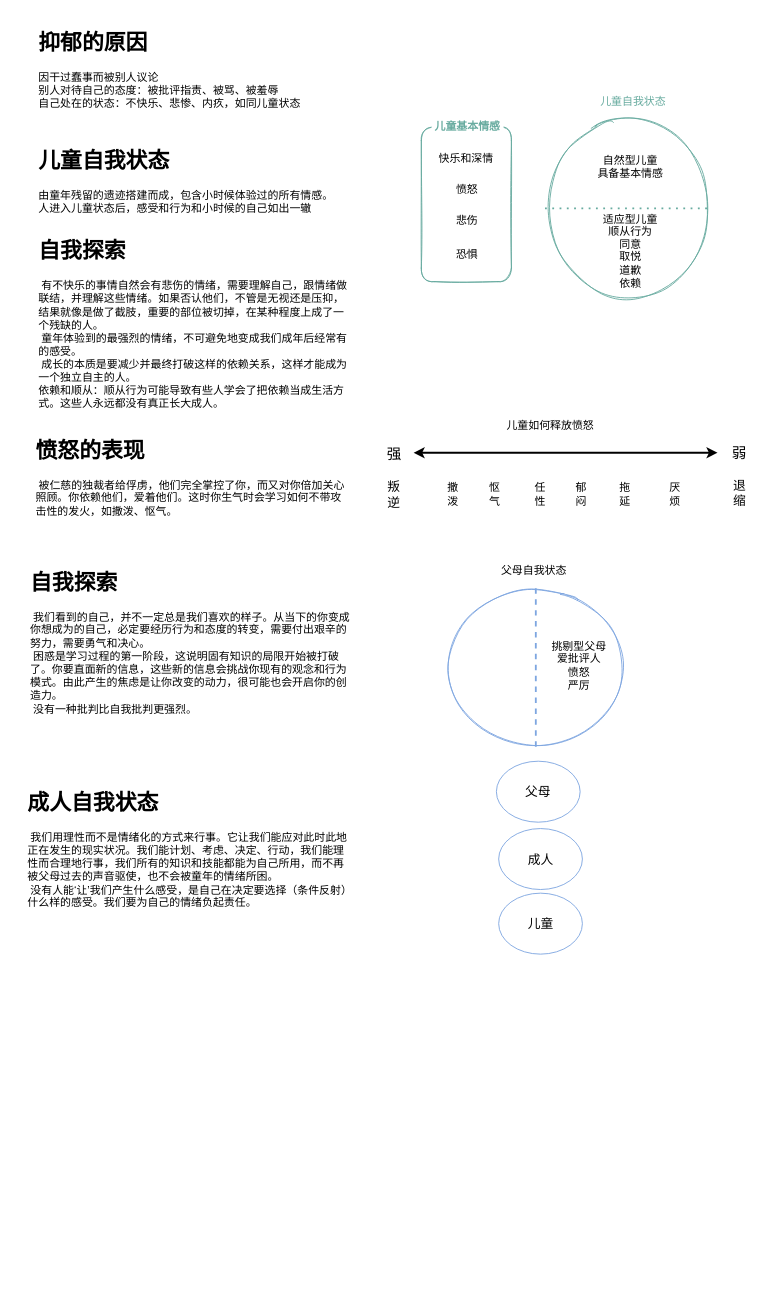
The draw.io diagram hamaxianshengqukanxinliyisheng/hamaxiansheng.drawio in kirito1015/books.read, before the edit. Source tidied: cells renumbered, new cells numbered last; positions are measured from the earlier drawing's top-left corner, leaving out a move shared by most shapes. Both pictures are drawn from the tidied source at 91%, with x=0, y=0 at pixel (23, 25).
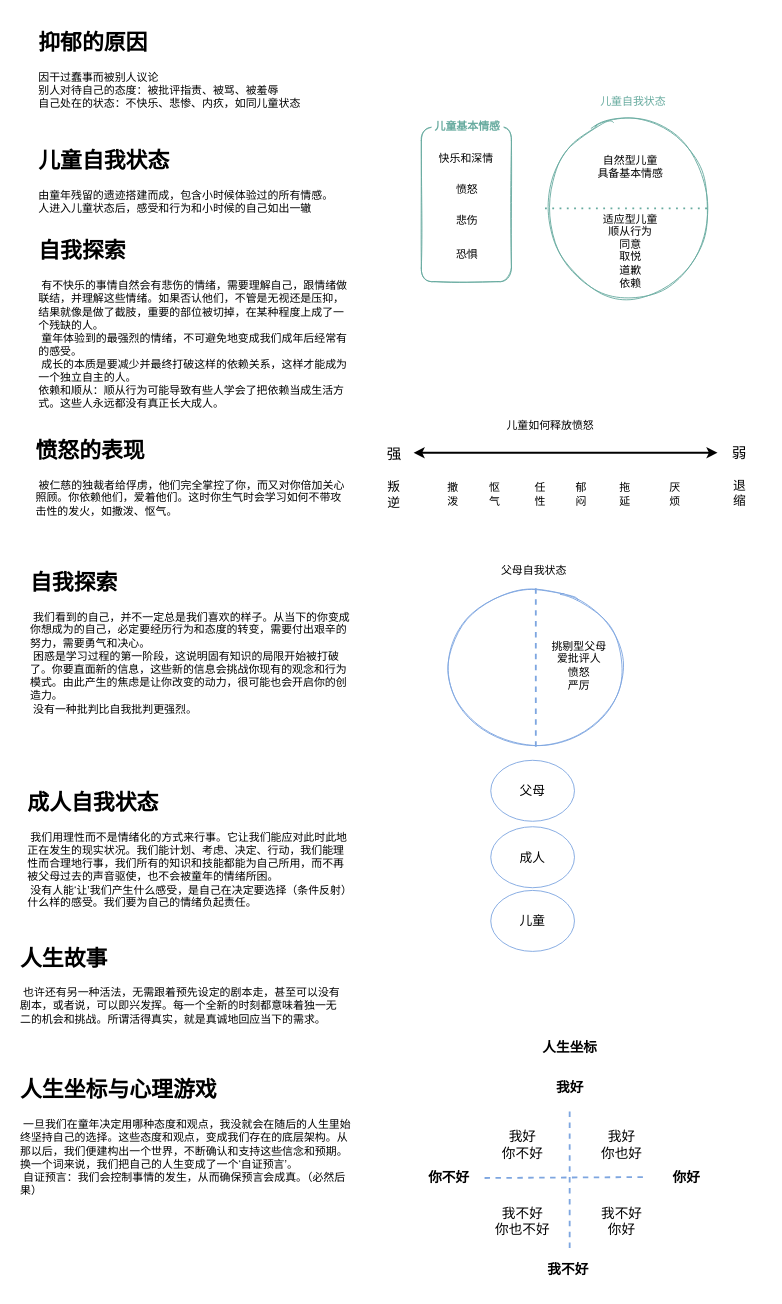
Above is the later version.

Diff of the diagram source:
```diff
@@
     <mxCell id="36" value="父母" style="ellipse;whiteSpace=wrap;html=1;fontSize=14;strokeColor=#7EA6E0;" parent="1" vertex="1">
-      <mxGeometry x="520" y="809" width="92" height="67" as="geometry" />
+      <mxGeometry x="513.8" y="808" width="92" height="67" as="geometry" />
     </mxCell>
     <mxCell id="37" value="成人" style="ellipse;whiteSpace=wrap;html=1;fontSize=14;strokeColor=#7EA6E0;" parent="1" vertex="1">
-      <mxGeometry x="522.5" y="883" width="92" height="67" as="geometry" />
+      <mxGeometry x="513.8" y="881" width="92" height="67" as="geometry" />
     </mxCell>
     <mxCell id="38" value="儿童" style="ellipse;whiteSpace=wrap;html=1;fontSize=14;strokeColor=#7EA6E0;" parent="1" vertex="1">
-      <mxGeometry x="522.5" y="954" width="92" height="67" as="geometry" />
+      <mxGeometry x="513.8" y="951" width="92" height="67" as="geometry" />
     </mxCell>
+    <mxCell id="39" value="&lt;h1&gt;人生故事&lt;/h1&gt;&lt;div&gt;&lt;span style=&quot;white-space: pre&quot;&gt; &lt;/span&gt;也许还有另一种活法，无需跟着预先设定的剧本走，甚至可以没有剧本，或者说，可以即兴发挥&lt;span&gt;。每一个全新的时刻都意味着独一无二的机会和挑战。所谓活得真实，就是真诚地回应当下的需求。&lt;/span&gt;&lt;/div&gt;" style="text;html=1;strokeColor=none;fillColor=none;spacing=5;spacingTop=-20;whiteSpace=wrap;overflow=hidden;rounded=0;" parent="1" vertex="1">
+      <mxGeometry x="-8" y="1006" width="363" height="127" as="geometry" />
+    </mxCell>
+    <mxCell id="40" value="&lt;h1&gt;人生坐标与心理游戏&lt;/h1&gt;&lt;div&gt;&lt;span style=&quot;white-space: pre&quot;&gt; &lt;/span&gt;一旦我们在童年决定用哪种态度和观点，我没就会在随后的人生里始终坚持自己的选择。这些态度和观点，变成我们存在的底层架构。从那以后，我们便建构出一个世界，不断确认和支持这些信念和预期。换一个词来说，我们把自己的人生变成了一个‘自证预言’。&lt;br&gt;&lt;/div&gt;&lt;div&gt;&lt;span style=&quot;white-space: pre&quot;&gt; &lt;/span&gt;自证预言：我们会控制事情的发生，从而确保预言会成真。（必然后果）&lt;br&gt;&lt;/div&gt;" style="text;html=1;strokeColor=none;fillColor=none;spacing=5;spacingTop=-20;whiteSpace=wrap;overflow=hidden;rounded=0;" parent="1" vertex="1">
+      <mxGeometry x="-8" y="1151" width="377" height="210" as="geometry" />
+    </mxCell>
+    <mxCell id="41" style="endArrow=none;html=1;rounded=0;dashed=1;fontSize=14;strokeColor=#7EA6E0;strokeWidth=2;entryX=0;entryY=0.5;entryDx=0;entryDy=0;" parent="1" edge="1" target="45">
+      <mxGeometry relative="1" as="geometry">
+        <mxPoint x="507" y="1267" as="sourcePoint" />
+      </mxGeometry>
+    </mxCell>
+    <mxCell id="42" style="endArrow=none;html=1;rounded=0;dashed=1;fontSize=14;strokeColor=#7EA6E0;strokeWidth=2;" parent="1" edge="1">
+      <mxGeometry relative="1" as="geometry">
+        <mxPoint x="600.5" y="1194" as="sourcePoint" />
+        <mxPoint x="600.5" y="1347" as="targetPoint" />
+      </mxGeometry>
+    </mxCell>
+    <mxCell id="43" value="人生坐标" style="text;html=1;strokeColor=none;fillColor=none;align=center;verticalAlign=middle;whiteSpace=wrap;rounded=0;fontSize=15;fontStyle=1;" parent="1" vertex="1">
+      <mxGeometry x="552.7" y="1101" width="96.3" height="44" as="geometry" />
+    </mxCell>
+    <mxCell id="44" value="我好" style="text;html=1;strokeColor=none;fillColor=none;align=center;verticalAlign=middle;whiteSpace=wrap;rounded=0;fontSize=15;fontStyle=1;" parent="1" vertex="1">
+      <mxGeometry x="552.7" y="1145" width="96.3" height="44" as="geometry" />
+    </mxCell>
+    <mxCell id="45" value="你好" style="text;html=1;strokeColor=none;fillColor=none;align=center;verticalAlign=middle;whiteSpace=wrap;rounded=0;fontSize=15;fontStyle=1;" parent="1" vertex="1">
+      <mxGeometry x="681" y="1244" width="96.3" height="44" as="geometry" />
+    </mxCell>
+    <mxCell id="46" value="你不好" style="text;html=1;strokeColor=none;fillColor=none;align=center;verticalAlign=middle;whiteSpace=wrap;rounded=0;fontSize=15;fontStyle=1;" parent="1" vertex="1">
+      <mxGeometry x="420" y="1244" width="96.3" height="44" as="geometry" />
+    </mxCell>
+    <mxCell id="47" value="我不好" style="text;html=1;strokeColor=none;fillColor=none;align=center;verticalAlign=middle;whiteSpace=wrap;rounded=0;fontSize=15;fontStyle=1;" parent="1" vertex="1">
+      <mxGeometry x="551" y="1345" width="96.3" height="44" as="geometry" />
+    </mxCell>
+    <mxCell id="48" value="我好&lt;br&gt;你不好" style="text;html=1;strokeColor=none;fillColor=none;align=center;verticalAlign=middle;whiteSpace=wrap;rounded=0;fontSize=15;" parent="1" vertex="1">
+      <mxGeometry x="501" y="1208" width="96.3" height="44" as="geometry" />
+    </mxCell>
+    <mxCell id="49" value="我好&lt;br&gt;你也好" style="text;html=1;strokeColor=none;fillColor=none;align=center;verticalAlign=middle;whiteSpace=wrap;rounded=0;fontSize=15;" parent="1" vertex="1">
+      <mxGeometry x="610" y="1208" width="96.3" height="44" as="geometry" />
+    </mxCell>
+    <mxCell id="50" value="我不好&lt;br&gt;你也不好" style="text;html=1;strokeColor=none;fillColor=none;align=center;verticalAlign=middle;whiteSpace=wrap;rounded=0;fontSize=15;" parent="1" vertex="1">
+      <mxGeometry x="501" y="1292" width="96.3" height="44" as="geometry" />
+    </mxCell>
+    <mxCell id="51" value="我不好&lt;br&gt;你好" style="text;html=1;strokeColor=none;fillColor=none;align=center;verticalAlign=middle;whiteSpace=wrap;rounded=0;fontSize=15;" parent="1" vertex="1">
+      <mxGeometry x="610" y="1292" width="96.3" height="44" as="geometry" />
+    </mxCell>
```
